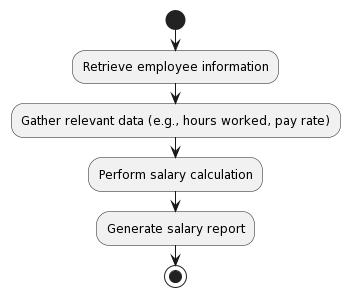
baonehe/SE357-Pratice-class keeps this PlantUML diagram as Lab1.2/ActivityDiagram/calculatorsalary.png. Above is the earlier version. Source of this version:
```plantuml
@startuml
!define CALCULATE_SALARY <<(A,green) Calculate Salary>>

start
:Retrieve employee information;
:Gather relevant data (e.g., hours worked, pay rate);
:Perform salary calculation;
:Generate salary report;
stop
@enduml
```
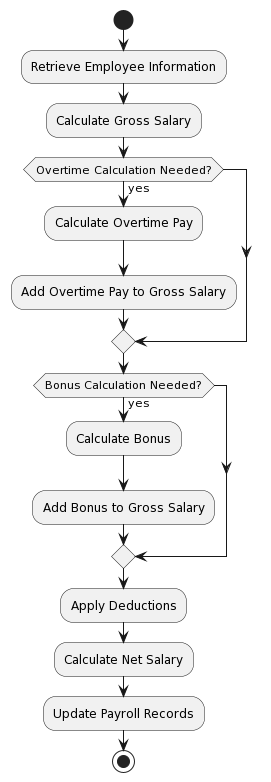
Later version of the same file.

Diff of the diagram source:
```diff
@@ -1,10 +1,22 @@
 @startuml
-!define CALCULATE_SALARY <<(A,green) Calculate Salary>>
+skinparam activity {
+  BackgroundColor<<calculate>> LightYellow
+  BorderColor<<calculate>> DarkSlateGray
+}
 
 start
-:Retrieve employee information;
-:Gather relevant data (e.g., hours worked, pay rate);
-:Perform salary calculation;
-:Generate salary report;
+:Retrieve Employee Information;
+:Calculate Gross Salary;
+if (Overtime Calculation Needed?) then (yes)
+  :Calculate Overtime Pay;
+  :Add Overtime Pay to Gross Salary;
+endif
+if (Bonus Calculation Needed?) then (yes)
+  :Calculate Bonus;
+  :Add Bonus to Gross Salary;
+endif
+:Apply Deductions;
+:Calculate Net Salary;
+:Update Payroll Records;
 stop
 @enduml
```
